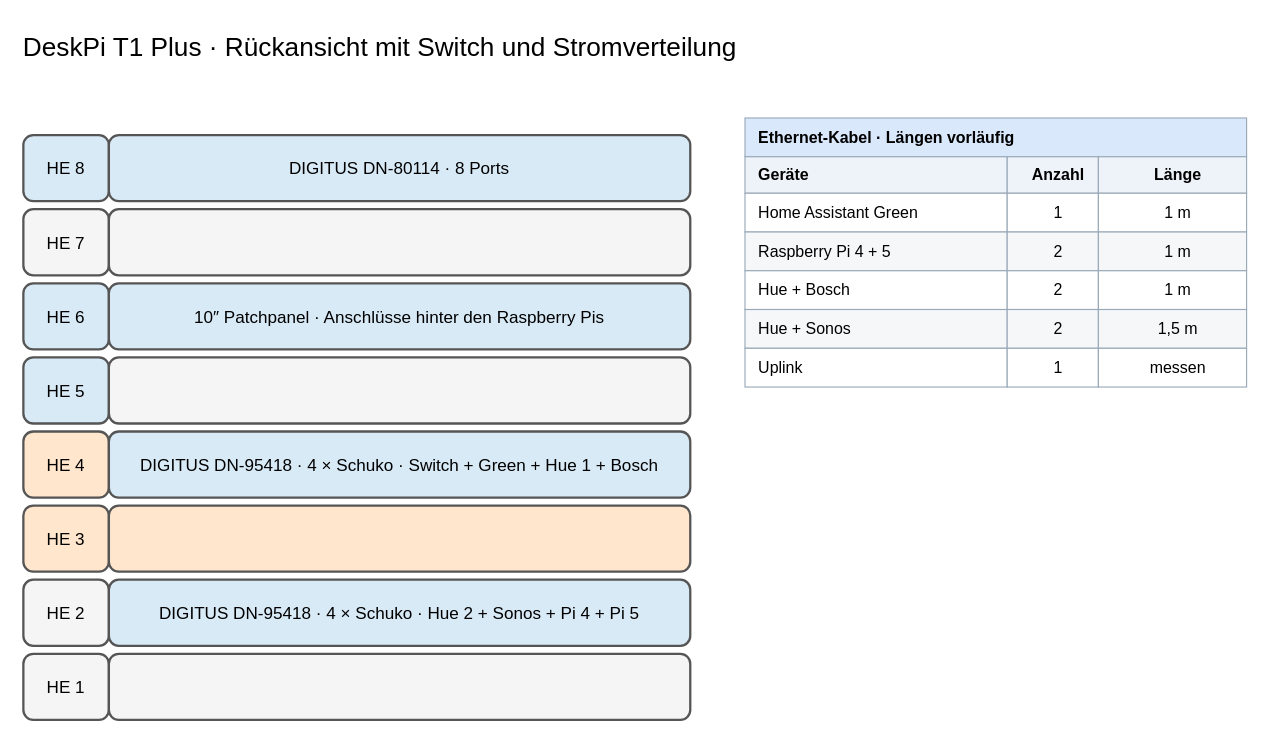
tiptronic/diagrams keeps this draw.io diagram as page "DeskPi 8 HE – Rückseite" (3 of 5) of 10-zoll-rack-planung.drawio. Above is the earlier version. Source tidied: cells renumbered, new cells numbered last; positions are measured from the earlier drawing's top-left corner, leaving out a move shared by most shapes. Both pictures are drawn from the tidied source at 114%, with x=0, y=0 at pixel (21, 21).
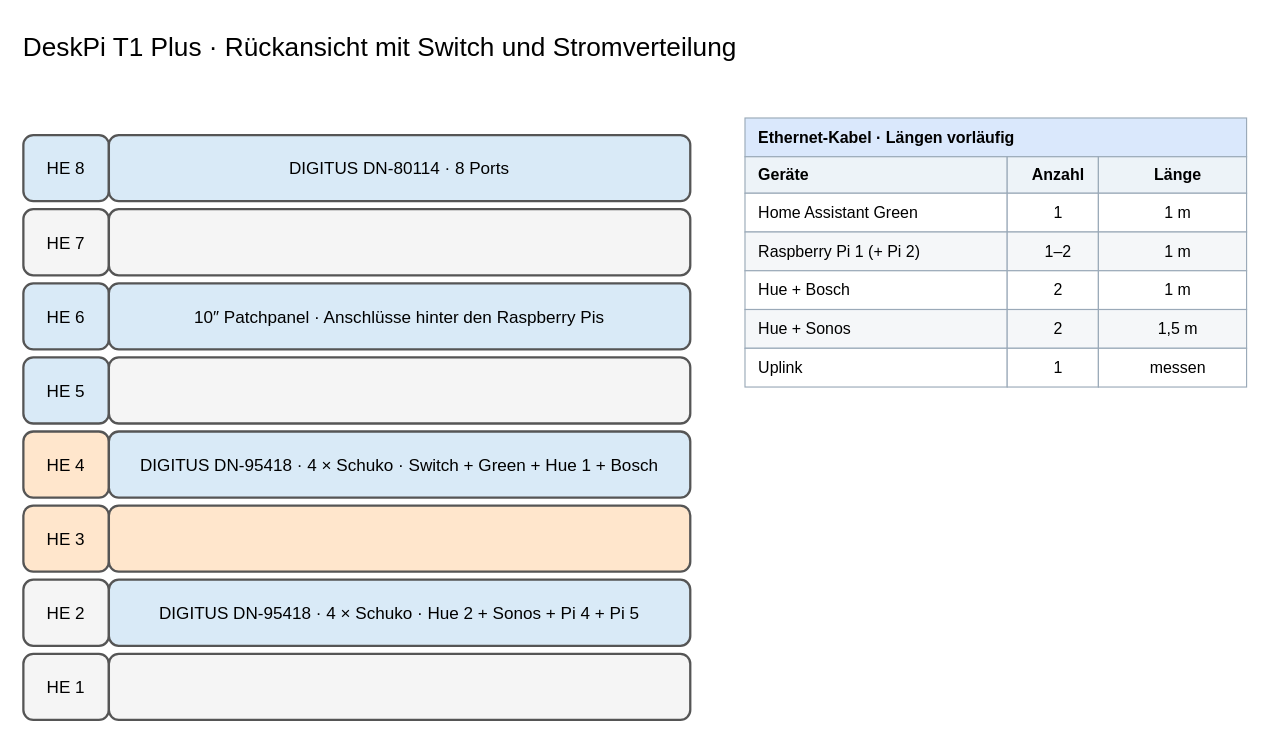
The same page after the edit.

What changed in the source:
```diff
@@
-    <mxCell id="26" value="Raspberry Pi 4 + 5" style="rounded=0;whiteSpace=wrap;html=1;align=left;verticalAlign=middle;spacingLeft=10;strokeWidth=1;fontSize=14;fillColor=#f5f7f9;strokeColor=#9aa9b8;" parent="1" vertex="1">
+    <mxCell id="26" value="Raspberry Pi 1 (+ Pi 2)" style="rounded=0;whiteSpace=wrap;html=1;align=left;verticalAlign=middle;spacingLeft=10;strokeWidth=1;fontSize=14;fillColor=#f5f7f9;strokeColor=#9aa9b8;" parent="1" vertex="1">
       <mxGeometry x="635" y="185" width="230" height="34" as="geometry" />
     </mxCell>
-    <mxCell id="27" value="2" style="rounded=0;whiteSpace=wrap;html=1;align=center;verticalAlign=middle;spacingLeft=10;strokeWidth=1;fontSize=14;fillColor=#f5f7f9;strokeColor=#9aa9b8;" parent="1" vertex="1">
+    <mxCell id="27" value="1–2" style="rounded=0;whiteSpace=wrap;html=1;align=center;verticalAlign=middle;spacingLeft=10;strokeWidth=1;fontSize=14;fillColor=#f5f7f9;strokeColor=#9aa9b8;" parent="1" vertex="1">
       <mxGeometry x="865" y="185" width="80" height="34" as="geometry" />
     </mxCell>
```
